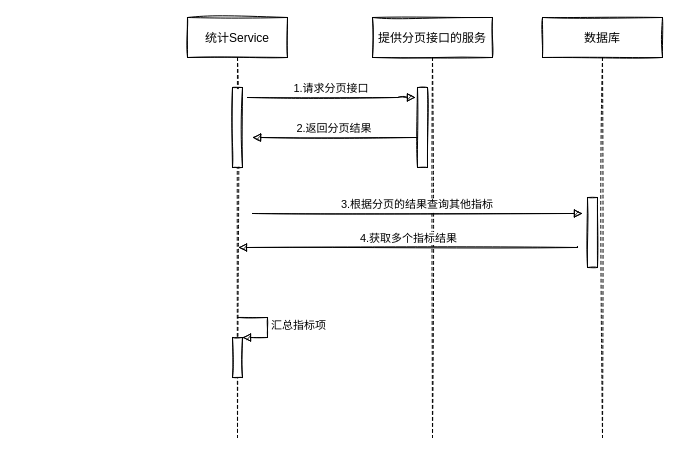
Earlier version of the draw.io diagram project/smcp/statistics/TypeQueryList.drawio (YinggangDong/diagrams). Source tidied: cells renumbered, new cells numbered last; positions are measured from the earlier drawing's top-left corner, leaving out a move shared by most shapes. Both pictures are drawn from the tidied source at 100%, with x=0, y=0 at pixel (187, 17).
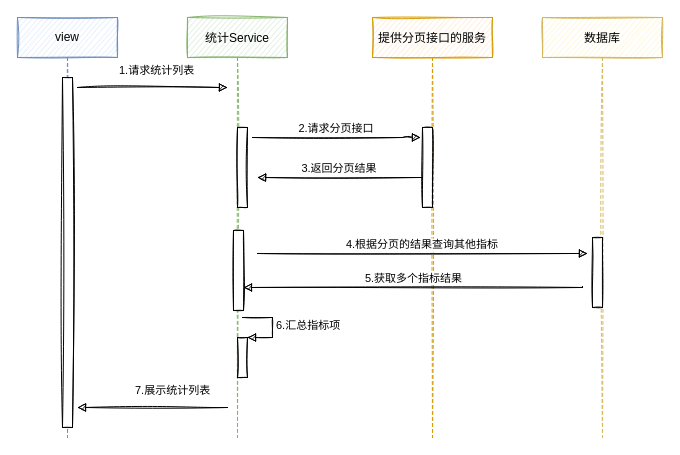
After the change.

What changed in the source:
```diff
@@
-    <mxCell id="2" value="统计Service" style="shape=umlLifeline;perimeter=lifelinePerimeter;rounded=0;shadow=0;strokeWidth=1;sketch=1;" parent="1" vertex="1">
+    <mxCell id="2" value="统计Service" style="shape=umlLifeline;perimeter=lifelinePerimeter;rounded=0;shadow=0;strokeWidth=1;sketch=1;fillColor=#d5e8d4;strokeColor=#82b366;" parent="1" vertex="1">
       <mxGeometry width="100" height="420" as="geometry" />
     </mxCell>
     <mxCell id="3" style="html=1;points=[];perimeter=orthogonalPerimeter;sketch=1;" parent="2" vertex="1">
-      <mxGeometry x="45" y="320" width="10" height="40" as="geometry" />
+      <mxGeometry x="50" y="320" width="10" height="40" as="geometry" />
     </mxCell>
-    <mxCell id="4" value="&lt;span style=&quot;text-align: center&quot;&gt;汇总指标项&lt;/span&gt;" style="edgeStyle=orthogonalEdgeStyle;html=1;align=left;spacingLeft=2;endArrow=block;rounded=0;entryX=1;entryY=0;sketch=1;" parent="2" edge="1" target="3">
+    <mxCell id="4" value="&lt;span style=&quot;text-align: center&quot;&gt;6.汇总指标项&lt;/span&gt;" style="edgeStyle=orthogonalEdgeStyle;html=1;align=left;spacingLeft=2;endArrow=block;rounded=0;entryX=1;entryY=0;sketch=1;" parent="2" edge="1" target="3">
       <mxGeometry relative="1" as="geometry">
-        <mxPoint x="50" y="300" as="sourcePoint" />
+        <mxPoint x="55" y="300" as="sourcePoint" />
         <Array as="points">
-          <mxPoint x="80" y="300" />
+          <mxPoint x="85" y="300" />
         </Array>
       </mxGeometry>
     </mxCell>
     <mxCell id="5" style="html=1;perimeter=orthogonalPerimeter;sketch=1;" parent="2" vertex="1">
-      <mxGeometry x="45" y="70" width="10" height="80" as="geometry" />
+      <mxGeometry x="50" y="110" width="10" height="80" as="geometry" />
     </mxCell>
+    <mxCell id="14" style="html=1;perimeter=orthogonalPerimeter;sketch=1;" parent="2" vertex="1">
+      <mxGeometry x="46" y="213" width="10" height="80" as="geometry" />
+    </mxCell>
+    <mxCell id="15" value="7.展示统计列表" style="endArrow=block;endFill=1;html=1;edgeStyle=orthogonalEdgeStyle;align=left;verticalAlign=top;rounded=0;endSize=6;sketch=1;" parent="2" edge="1">
+      <mxGeometry x="0.25" y="-30" relative="1" as="geometry">
+        <mxPoint x="40" y="390" as="sourcePoint" />
+        <mxPoint x="-110" y="390" as="targetPoint" />
+        <Array as="points">
+          <mxPoint x="40" y="390" />
+        </Array>
+      </mxGeometry>
+    </mxCell>
-    <mxCell id="6" value="提供分页接口的服务" style="shape=umlLifeline;perimeter=lifelinePerimeter;rounded=0;shadow=0;strokeWidth=1;sketch=1;" parent="1" vertex="1">
+    <mxCell id="6" value="提供分页接口的服务" style="shape=umlLifeline;perimeter=lifelinePerimeter;rounded=0;shadow=0;strokeWidth=1;sketch=1;fillColor=#ffe6cc;strokeColor=#d79b00;" parent="1" vertex="1">
       <mxGeometry x="185" width="120" height="420" as="geometry" />
     </mxCell>
     <mxCell id="7" style="points=[];perimeter=orthogonalPerimeter;rounded=0;shadow=0;strokeWidth=1;sketch=1;" parent="6" vertex="1">
-      <mxGeometry x="45" y="70" width="10" height="80" as="geometry" />
+      <mxGeometry x="50" y="110" width="10" height="80" as="geometry" />
     </mxCell>
-    <mxCell id="8" value="1.请求分页接口" style="verticalAlign=bottom;endArrow=block;entryX=-0.2;entryY=0.125;shadow=0;strokeWidth=1;entryDx=0;entryDy=0;entryPerimeter=0;sketch=1;" parent="1" edge="1" target="7">
+    <mxCell id="8" value="2.请求分页接口" style="verticalAlign=bottom;endArrow=block;entryX=-0.2;entryY=0.125;shadow=0;strokeWidth=1;entryDx=0;entryDy=0;entryPerimeter=0;sketch=1;" parent="1" edge="1" target="7">
       <mxGeometry relative="1" as="geometry">
-        <mxPoint x="60" y="80" as="sourcePoint" />
+        <mxPoint x="65" y="120" as="sourcePoint" />
         <Array as="points">
-          <mxPoint x="220" y="80" />
+          <mxPoint x="225" y="120" />
         </Array>
       </mxGeometry>
     </mxCell>
-    <mxCell id="9" value="2.返回分页结果" style="verticalAlign=bottom;endArrow=block;entryX=1;entryY=0;shadow=0;strokeWidth=1;sketch=1;" parent="1" edge="1" source="7">
+    <mxCell id="9" value="3.返回分页结果" style="verticalAlign=bottom;endArrow=block;entryX=1;entryY=0;shadow=0;strokeWidth=1;sketch=1;" parent="1" edge="1" source="7">
       <mxGeometry relative="1" as="geometry">
-        <mxPoint x="65" y="120" as="targetPoint" />
+        <mxPoint x="70" y="160" as="targetPoint" />
       </mxGeometry>
     </mxCell>
-    <mxCell id="10" value="3.根据分页的结果查询其他指标" style="verticalAlign=bottom;endArrow=block;endSize=6;exitX=1;exitY=0.95;shadow=0;strokeWidth=1;endFill=1;sketch=1;" parent="1" edge="1">
+    <mxCell id="10" value="4.根据分页的结果查询其他指标" style="verticalAlign=bottom;endArrow=block;endSize=6;exitX=1;exitY=0.95;shadow=0;strokeWidth=1;endFill=1;sketch=1;" parent="1" edge="1">
       <mxGeometry relative="1" as="geometry">
-        <mxPoint x="65" y="196" as="sourcePoint" />
-        <mxPoint x="395" y="196" as="targetPoint" />
+        <mxPoint x="70" y="236" as="sourcePoint" />
+        <mxPoint x="400" y="236" as="targetPoint" />
       </mxGeometry>
     </mxCell>
-    <mxCell id="11" value="数据库" style="shape=umlLifeline;perimeter=lifelinePerimeter;rounded=0;shadow=0;strokeWidth=1;sketch=1;" parent="1" vertex="1">
+    <mxCell id="11" value="数据库" style="shape=umlLifeline;perimeter=lifelinePerimeter;rounded=0;shadow=0;strokeWidth=1;sketch=1;fillColor=#fff2cc;strokeColor=#d6b656;" parent="1" vertex="1">
       <mxGeometry x="355" width="120" height="420" as="geometry" />
     </mxCell>
     <mxCell id="12" style="perimeter=orthogonalPerimeter;rounded=0;shadow=0;strokeWidth=1;sketch=1;" parent="11" vertex="1">
-      <mxGeometry x="45" y="180" width="10" height="70" as="geometry" />
+      <mxGeometry x="50" y="220" width="10" height="70" as="geometry" />
     </mxCell>
-    <mxCell id="13" value="4.获取多个指标结果" style="html=1;verticalAlign=bottom;endArrow=block;endSize=6;rounded=0;edgeStyle=orthogonalEdgeStyle;entryX=0.51;entryY=0.55;entryDx=0;entryDy=0;entryPerimeter=0;endFill=1;sketch=1;" parent="1" edge="1">
+    <mxCell id="13" value="5.获取多个指标结果" style="html=1;verticalAlign=bottom;endArrow=block;endSize=6;rounded=0;edgeStyle=orthogonalEdgeStyle;entryX=0.51;entryY=0.55;entryDx=0;entryDy=0;entryPerimeter=0;endFill=1;sketch=1;" parent="1" edge="1">
       <mxGeometry relative="1" as="geometry">
-        <mxPoint x="390" y="229" as="sourcePoint" />
-        <mxPoint x="51" y="230" as="targetPoint" />
+        <mxPoint x="395" y="269" as="sourcePoint" />
+        <mxPoint x="56" y="270" as="targetPoint" />
         <Array as="points">
-          <mxPoint x="390" y="230" />
+          <mxPoint x="395" y="270" />
         </Array>
       </mxGeometry>
     </mxCell>
+    <mxCell id="16" value="view" style="shape=umlLifeline;perimeter=lifelinePerimeter;whiteSpace=wrap;html=1;sketch=1;fillColor=#dae8fc;strokeColor=#6c8ebf;" parent="1" vertex="1">
+      <mxGeometry x="-170" width="100" height="420" as="geometry" />
+    </mxCell>
+    <mxCell id="17" style="html=1;perimeter=orthogonalPerimeter;sketch=1;" parent="16" vertex="1">
+      <mxGeometry x="45" y="60" width="10" height="350" as="geometry" />
+    </mxCell>
+    <mxCell id="18" value="1.请求统计列表" style="endArrow=block;endFill=1;html=1;edgeStyle=orthogonalEdgeStyle;align=left;verticalAlign=top;rounded=0;endSize=6;sketch=1;" parent="16" edge="1">
+      <mxGeometry x="-0.47" y="30" relative="1" as="geometry">
+        <mxPoint x="60" y="70" as="sourcePoint" />
+        <mxPoint x="210" y="70" as="targetPoint" />
+      </mxGeometry>
+    </mxCell>
```
